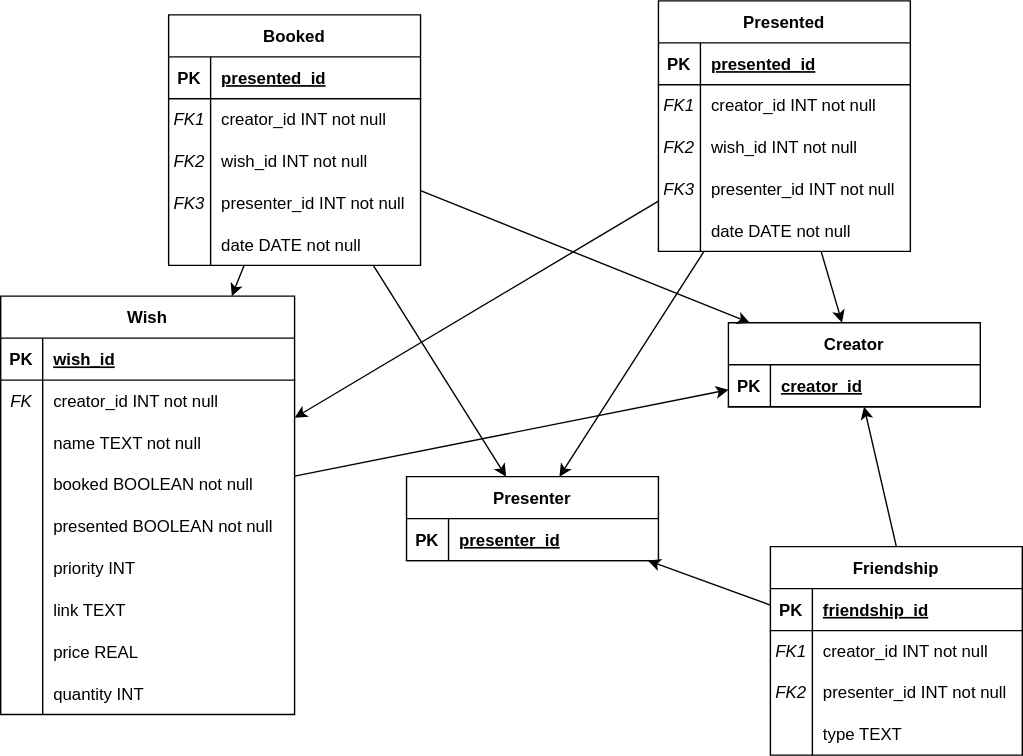
Above: db_schema.svg in olegfafurin/lauzhack-2022 (draw.io), before the change. Source tidied: cells renumbered, new cells last; positions are measured from the earlier drawing's top-left corner, leaving out a move shared by most shapes.
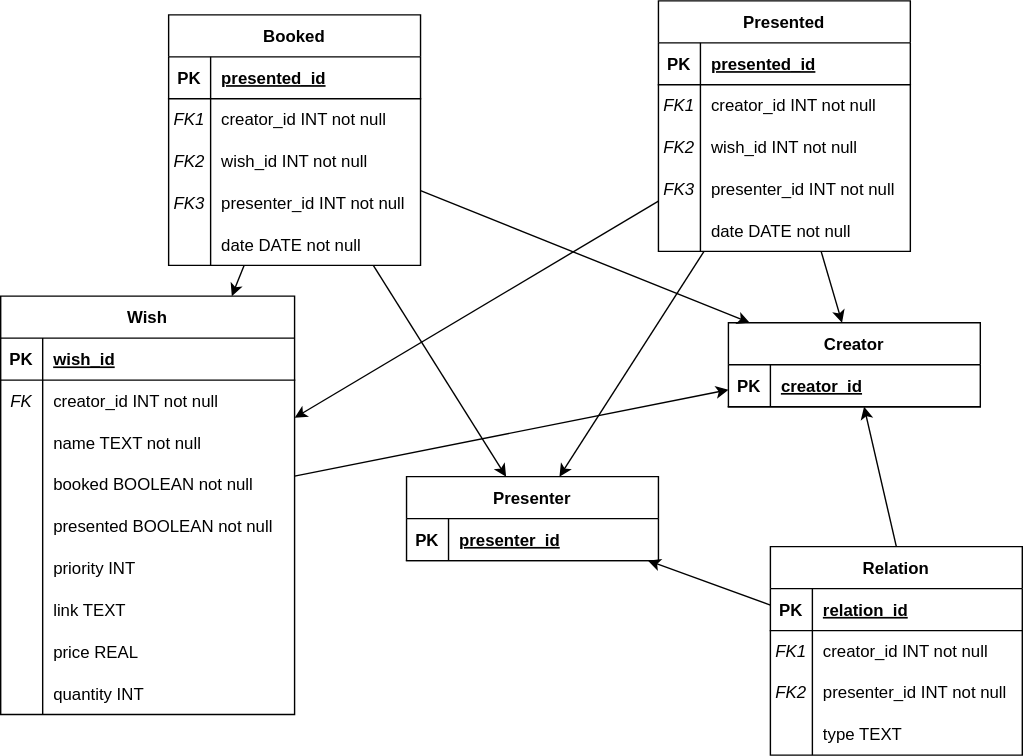
Later version of the same file.

Commit message:
friendship -> relation

What changed in the source:
```diff
@@ -158,7 +158,7 @@
     <mxCell id="53" value="date DATE not null" style="shape=partialRectangle;fillColor=none;top=0;left=0;bottom=0;right=0;align=left;spacingLeft=6;overflow=hidden;" parent="51" vertex="1">
       <mxGeometry x="30" width="150" height="30" as="geometry" />
     </mxCell>
-    <mxCell id="54" value="Friendship" style="shape=table;startSize=30;rowLines=0;fontStyle=1;align=center;" parent="1" vertex="1">
+    <mxCell id="54" value="Relation" style="shape=table;startSize=30;rowLines=0;fontStyle=1;align=center;" parent="1" vertex="1">
       <mxGeometry x="550" y="390" width="180" height="149" as="geometry" />
     </mxCell>
     <mxCell id="55" style="shape=tableRow;horizontal=0;startSize=0;swimlaneHead=0;swimlaneBody=0;fillColor=none;top=0;left=0;right=0;bottom=1;" parent="54" vertex="1">
@@ -167,7 +167,7 @@
     <mxCell id="56" value="PK" style="shape=partialRectangle;fillColor=none;top=0;left=0;bottom=0;right=0;fontStyle=1;overflow=hidden;" parent="55" vertex="1">
       <mxGeometry width="30" height="30" as="geometry" />
     </mxCell>
-    <mxCell id="57" value="friendship_id" style="shape=partialRectangle;fillColor=none;top=0;left=0;bottom=0;right=0;align=left;spacingLeft=6;fontStyle=5;overflow=hidden;" parent="55" vertex="1">
+    <mxCell id="57" value="relation_id" style="shape=partialRectangle;fillColor=none;top=0;left=0;bottom=0;right=0;align=left;spacingLeft=6;fontStyle=5;overflow=hidden;" parent="55" vertex="1">
       <mxGeometry x="30" width="150" height="30" as="geometry" />
     </mxCell>
     <mxCell id="58" style="shape=tableRow;horizontal=0;startSize=0;swimlaneHead=0;swimlaneBody=0;fillColor=none;top=0;left=0;right=0;bottom=0;" parent="54" vertex="1">
```
